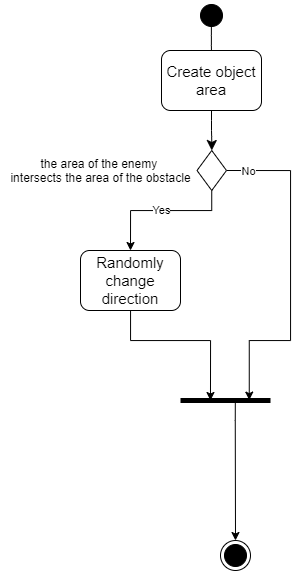
Earlier version of the draw.io export документы/UML/activity/enemy_mooving.png (EkSidra/Pickman). Source tidied: cells renumbered, new cells last; positions are measured from the earlier drawing's top-left corner, leaving out a move shared by most shapes.
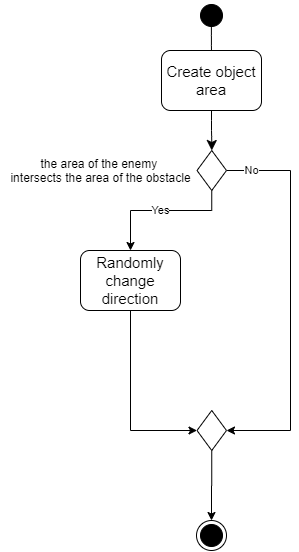
The same file after the commit.

Change to the diagram source:
```diff
@@ -3,7 +3,7 @@
     <mxCell id="0" />
     <mxCell id="1" parent="0" />
     <mxCell id="2" style="ellipse;html=1;shape=endState;fillColor=#000000;labelBackgroundColor=none;fontSize=14;fontColor=#000000;" parent="1" vertex="1">
-      <mxGeometry x="220" y="540" width="30" height="30" as="geometry" />
+      <mxGeometry x="196" y="520" width="30" height="30" as="geometry" />
     </mxCell>
     <mxCell id="3" style="ellipse;html=1;shape=startState;fillColor=#000000;labelBackgroundColor=none;fontSize=14;fontColor=#000000;" parent="1" vertex="1">
       <mxGeometry x="196" width="30" height="30" as="geometry" />
@@ -27,12 +27,11 @@
         </Array>
       </mxGeometry>
     </mxCell>
-    <mxCell id="8" style="edgeStyle=orthogonalEdgeStyle;rounded=0;jettySize=auto;html=1;exitX=1;exitY=0.5;exitDx=0;exitDy=0;entryX=0.764;entryY=0.48;entryDx=0;entryDy=0;entryPerimeter=0;" parent="1" edge="1" source="10" target="15">
+    <mxCell id="8" style="edgeStyle=orthogonalEdgeStyle;rounded=0;jettySize=auto;html=1;exitX=1;exitY=0.5;exitDx=0;exitDy=0;entryX=1;entryY=0.5;entryDx=0;entryDy=0;" parent="1" edge="1" source="10" target="17">
       <mxGeometry relative="1" as="geometry">
         <Array as="points">
           <mxPoint x="290" y="170" />
-          <mxPoint x="290" y="340" />
-          <mxPoint x="249" y="340" />
+          <mxPoint x="290" y="430" />
         </Array>
       </mxGeometry>
     </mxCell>
@@ -45,27 +44,21 @@
     <mxCell id="11" value="the area of the enemy&amp;nbsp;&lt;br&gt;&lt;span&gt;intersects the area of the obstacle&lt;/span&gt;" style="text;html=1;align=center;verticalAlign=middle;" parent="1" vertex="1">
       <mxGeometry y="155" width="200" height="30" as="geometry" />
     </mxCell>
-    <mxCell id="12" style="edgeStyle=orthogonalEdgeStyle;rounded=0;jettySize=auto;html=1;endArrow=classic;endFill=1;entryX=0.333;entryY=0.5;entryDx=0;entryDy=0;entryPerimeter=0;" parent="1" edge="1" source="13" target="15">
+    <mxCell id="12" style="edgeStyle=orthogonalEdgeStyle;rounded=0;jettySize=auto;html=1;endArrow=classic;endFill=1;entryX=0;entryY=0.5;entryDx=0;entryDy=0;" parent="1" edge="1" source="13" target="17">
       <mxGeometry relative="1" as="geometry">
         <Array as="points">
-          <mxPoint x="130" y="340" />
-          <mxPoint x="210" y="340" />
+          <mxPoint x="130" y="430" />
         </Array>
       </mxGeometry>
     </mxCell>
     <mxCell id="13" value="&lt;font style=&quot;font-size: 15px&quot;&gt;Randomly change direction&lt;/font&gt;" style="rounded=1;whiteSpace=wrap;html=1;labelBackgroundColor=none;strokeColor=#000000;fontSize=15;fontColor=#000000;" parent="1" vertex="1">
       <mxGeometry x="80" y="250" width="100" height="60" as="geometry" />
     </mxCell>
-    <mxCell id="14" style="edgeStyle=orthogonalEdgeStyle;rounded=0;jettySize=auto;html=1;endArrow=classic;endFill=1;entryX=0.5;entryY=0;entryDx=0;entryDy=0;exitX=0.609;exitY=0.566;exitDx=0;exitDy=0;exitPerimeter=0;" parent="1" edge="1" source="15" target="2">
-      <mxGeometry relative="1" as="geometry">
-        <Array as="points">
-          <mxPoint x="235" y="420" />
-          <mxPoint x="235" y="420" />
-        </Array>
-      </mxGeometry>
-    </mxCell>
-    <mxCell id="15" style="line;strokeWidth=5;fillColor=none;align=left;verticalAlign=middle;spacingTop=-1;spacingLeft=3;spacingRight=3;labelPosition=right;points=[];portConstraint=eastwest;labelBackgroundColor=none;fontSize=14;fontColor=#000000;" parent="1" vertex="1">
-      <mxGeometry x="180" y="390" width="90" height="20" as="geometry" />
-    </mxCell>
+    <mxCell id="16" style="edgeStyle=orthogonalEdgeStyle;rounded=0;jettySize=auto;html=1;entryX=0.5;entryY=0;entryDx=0;entryDy=0;" parent="1" edge="1" source="17" target="2">
+      <mxGeometry relative="1" as="geometry" />
+    </mxCell>
+    <mxCell id="17" style="rhombus;whiteSpace=wrap;html=1;labelBackgroundColor=none;strokeColor=#000000;strokeWidth=1;fontSize=14;fontColor=#000000;" parent="1" vertex="1">
+      <mxGeometry x="196.5" y="410" width="29.5" height="40" as="geometry" />
+    </mxCell>
   </root>
 </mxGraphModel>
```
